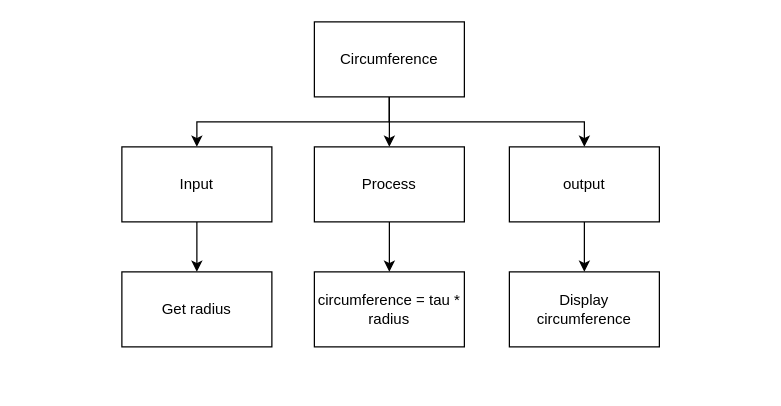
Above: page "Top Down" (1 of 2) of design.drawio in Samuel-Webster-178/ICS3U-Unit3-Unit3-02-Python (draw.io), before the change. Source tidied: cells renumbered, new cells numbered last; positions are measured from the earlier drawing's top-left corner, leaving out a move shared by most shapes. Both pictures are drawn from the tidied source at 125%, with x=0, y=0 at pixel (121, 21).
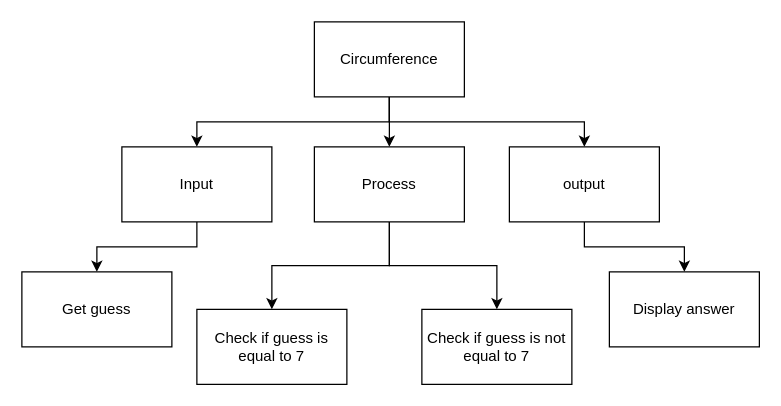
The same diagram, later.

The change refers to these unchanged cells:
```xml
<mxCell id="9" value="Process" style="rounded=0;whiteSpace=wrap;html=1;" parent="1" vertex="1">
  <mxGeometry x="154" y="100" width="120" height="60" as="geometry" />
</mxCell>
```

Change to the diagram source:
```diff
@@
+    <mxCell id="15" style="edgeStyle=orthogonalEdgeStyle;rounded=0;html=1;entryX=0.5;entryY=0;entryDx=0;entryDy=0;" parent="1" edge="1" source="9" target="16">
+      <mxGeometry relative="1" as="geometry" />
+    </mxCell>
@@
-    <mxCell id="12" value="Get radius" style="rounded=0;whiteSpace=wrap;html=1;" parent="1" vertex="1">
-      <mxGeometry y="200" width="120" height="60" as="geometry" />
+    <mxCell id="12" value="Get guess" style="rounded=0;whiteSpace=wrap;html=1;" parent="1" vertex="1">
+      <mxGeometry x="-80" y="200" width="120" height="60" as="geometry" />
     </mxCell>
-    <mxCell id="13" value="circumference = tau * radius" style="rounded=0;whiteSpace=wrap;html=1;" parent="1" vertex="1">
-      <mxGeometry x="154" y="200" width="120" height="60" as="geometry" />
+    <mxCell id="13" value="Check if guess is equal to 7" style="rounded=0;whiteSpace=wrap;html=1;" parent="1" vertex="1">
+      <mxGeometry x="60" y="230" width="120" height="60" as="geometry" />
     </mxCell>
-    <mxCell id="14" value="Display circumference" style="rounded=0;whiteSpace=wrap;html=1;" parent="1" vertex="1">
-      <mxGeometry x="310" y="200" width="120" height="60" as="geometry" />
+    <mxCell id="14" value="Display answer" style="rounded=0;whiteSpace=wrap;html=1;" parent="1" vertex="1">
+      <mxGeometry x="390" y="200" width="120" height="60" as="geometry" />
     </mxCell>
+    <mxCell id="16" value="Check if guess is not equal to 7" style="rounded=0;whiteSpace=wrap;html=1;" parent="1" vertex="1">
+      <mxGeometry x="240" y="230" width="120" height="60" as="geometry" />
+    </mxCell>
```
